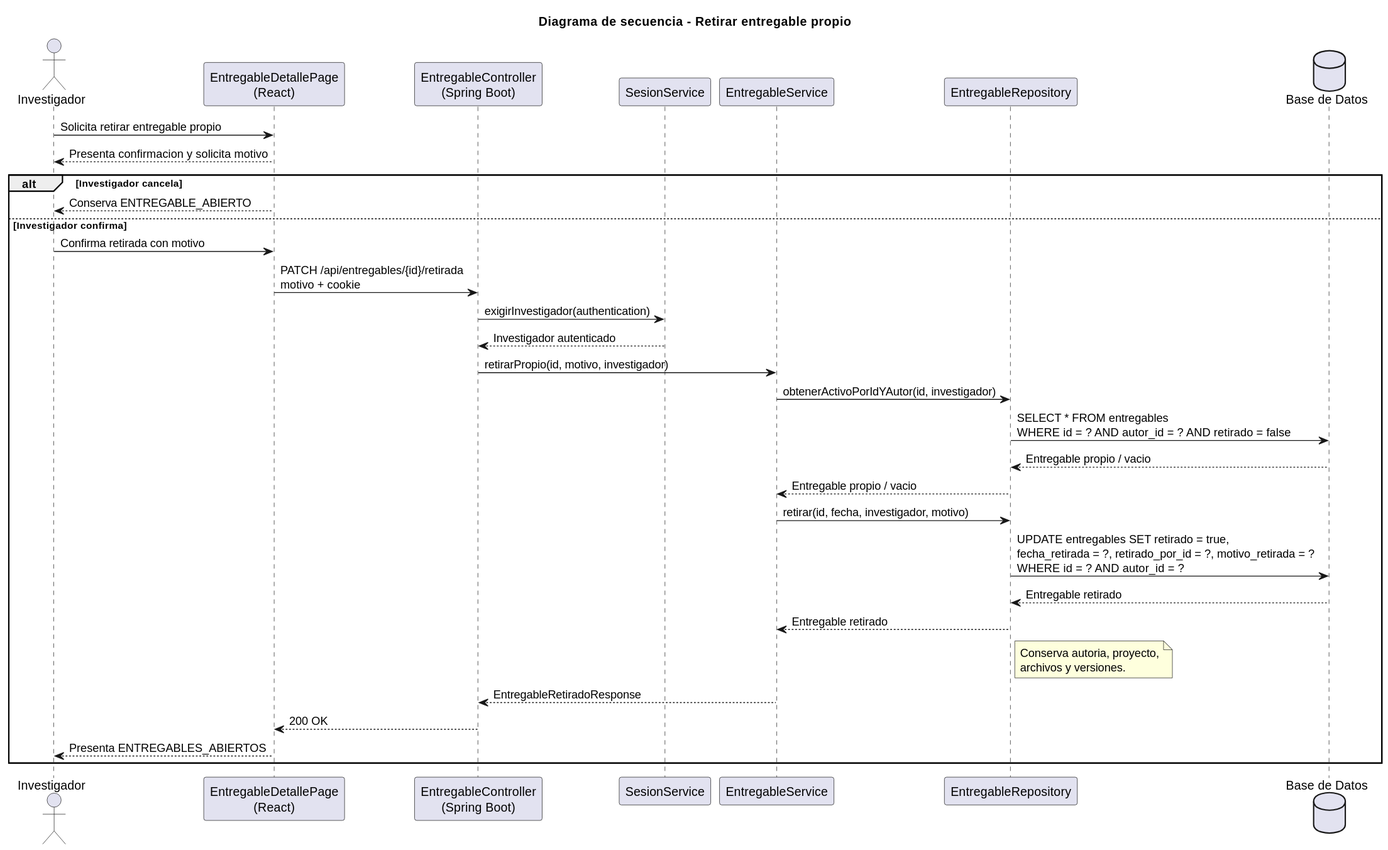
Above: images/RUP/02-diseño/casos-uso/investigador/eliminarEntregable/secuencia.svg in beatriizorozco/25-26-idsw2-sdVC (PlantUML), before the change. The source it was exported from:
```plantuml
@startuml
title Diagrama de secuencia - Retirar entregable propio
actor Investigador
participant "EntregableDetallePage\n(React)" as Frontend
participant "EntregableController\n(Spring Boot)" as Api
participant "SesionService" as Sesion
participant "EntregableService" as Service
participant "EntregableRepository" as Repo
database "Base de Datos" as DB

Investigador -> Frontend: Solicita retirar entregable propio
Frontend --> Investigador: Presenta confirmacion y solicita motivo
alt Investigador cancela
  Frontend --> Investigador: Conserva ENTREGABLE_ABIERTO
else Investigador confirma
  Investigador -> Frontend: Confirma retirada con motivo
  Frontend -> Api: PATCH /api/entregables/{id}/retirada\nmotivo + cookie
  Api -> Sesion: exigirInvestigador(authentication)
  Sesion --> Api: Investigador autenticado
  Api -> Service: retirarPropio(id, motivo, investigador)
  Service -> Repo: obtenerActivoPorIdYAutor(id, investigador)
  Repo -> DB: SELECT * FROM entregables\nWHERE id = ? AND autor_id = ? AND retirado = false
  DB --> Repo: Entregable propio / vacio
  Repo --> Service: Entregable propio / vacio
  Service -> Repo: retirar(id, fecha, investigador, motivo)
  Repo -> DB: UPDATE entregables SET retirado = true,\nfecha_retirada = ?, retirado_por_id = ?, motivo_retirada = ?\nWHERE id = ? AND autor_id = ?
  DB --> Repo: Entregable retirado
  Repo --> Service: Entregable retirado
  note right of Repo
  Conserva autoria, proyecto,
  archivos y versiones.
  end note
  Service --> Api: EntregableRetiradoResponse
  Api --> Frontend: 200 OK
  Frontend --> Investigador: Presenta ENTREGABLES_ABIERTOS
end
@enduml
```
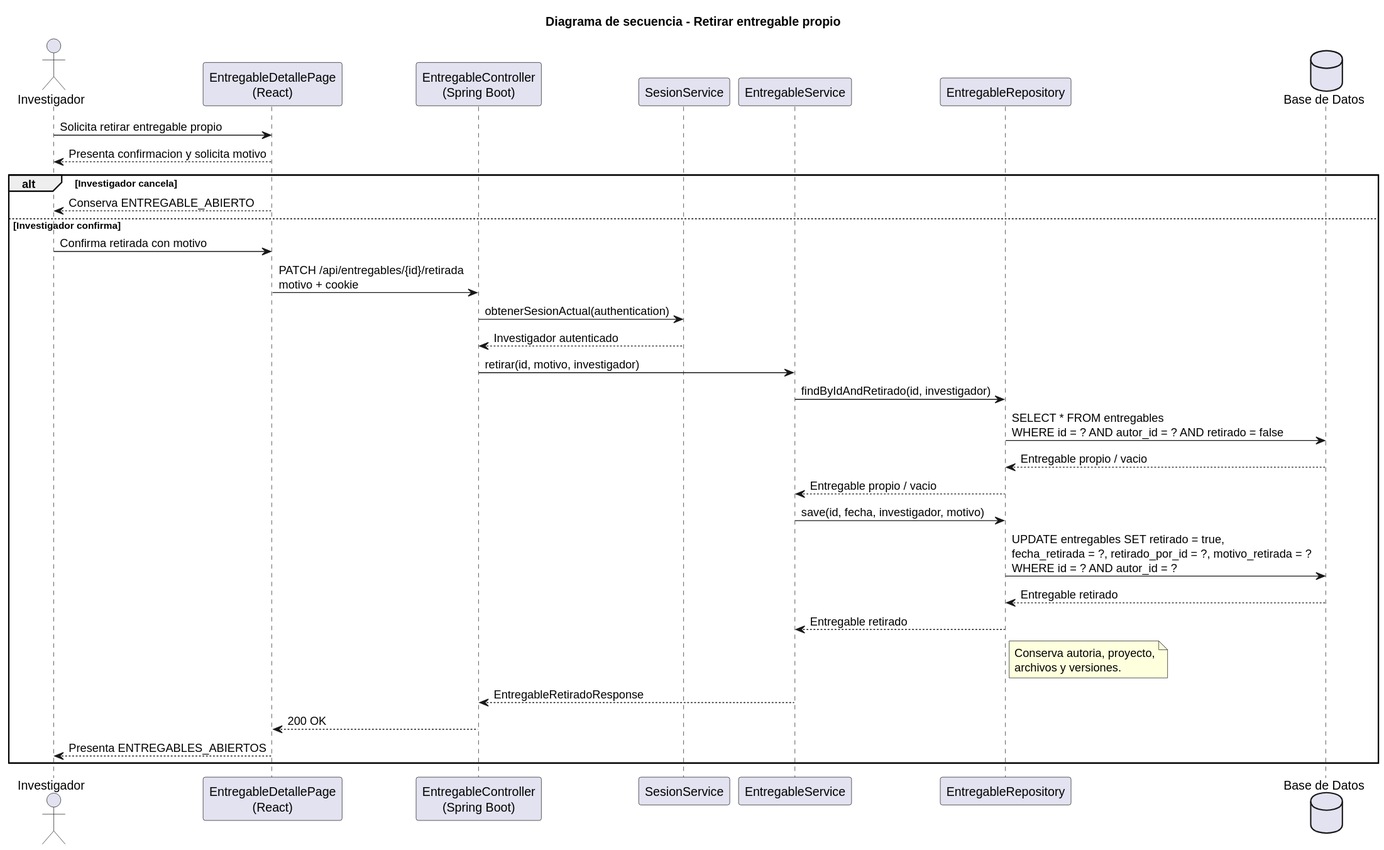
The same file after the commit.

Diff of the diagram source:
```diff
@@ -15,14 +15,14 @@
 else Investigador confirma
   Investigador -> Frontend: Confirma retirada con motivo
   Frontend -> Api: PATCH /api/entregables/{id}/retirada\nmotivo + cookie
-  Api -> Sesion: exigirInvestigador(authentication)
+  Api -> Sesion: obtenerSesionActual(authentication)
   Sesion --> Api: Investigador autenticado
-  Api -> Service: retirarPropio(id, motivo, investigador)
-  Service -> Repo: obtenerActivoPorIdYAutor(id, investigador)
+  Api -> Service: retirar(id, motivo, investigador)
+  Service -> Repo: findByIdAndRetirado(id, investigador)
   Repo -> DB: SELECT * FROM entregables\nWHERE id = ? AND autor_id = ? AND retirado = false
   DB --> Repo: Entregable propio / vacio
   Repo --> Service: Entregable propio / vacio
-  Service -> Repo: retirar(id, fecha, investigador, motivo)
+  Service -> Repo: save(id, fecha, investigador, motivo)
   Repo -> DB: UPDATE entregables SET retirado = true,\nfecha_retirada = ?, retirado_por_id = ?, motivo_retirada = ?\nWHERE id = ? AND autor_id = ?
   DB --> Repo: Entregable retirado
   Repo --> Service: Entregable retirado
```
